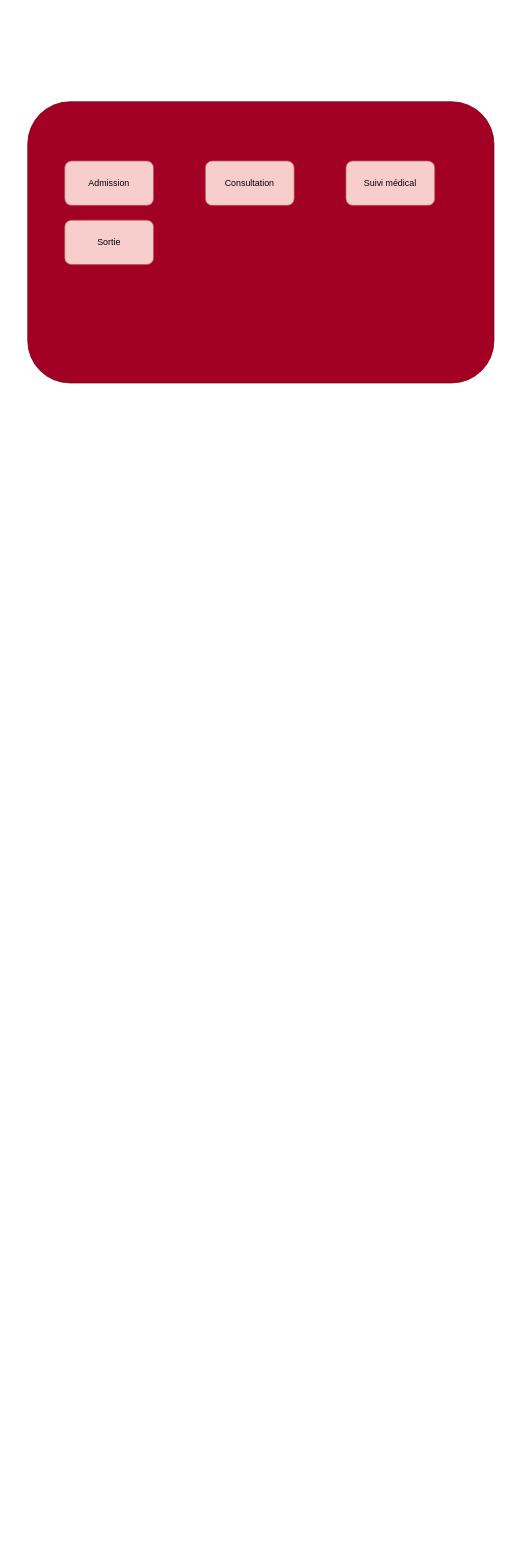
The draw.io diagram hopitl.drawio in yheguy/POEC, before the edit. Source tidied: cells renumbered, new cells numbered last; positions are measured from the earlier drawing's top-left corner, leaving out a move shared by most shapes. Both pictures are drawn from the tidied source at 74%, with x=0, y=0 at pixel (27, 101).
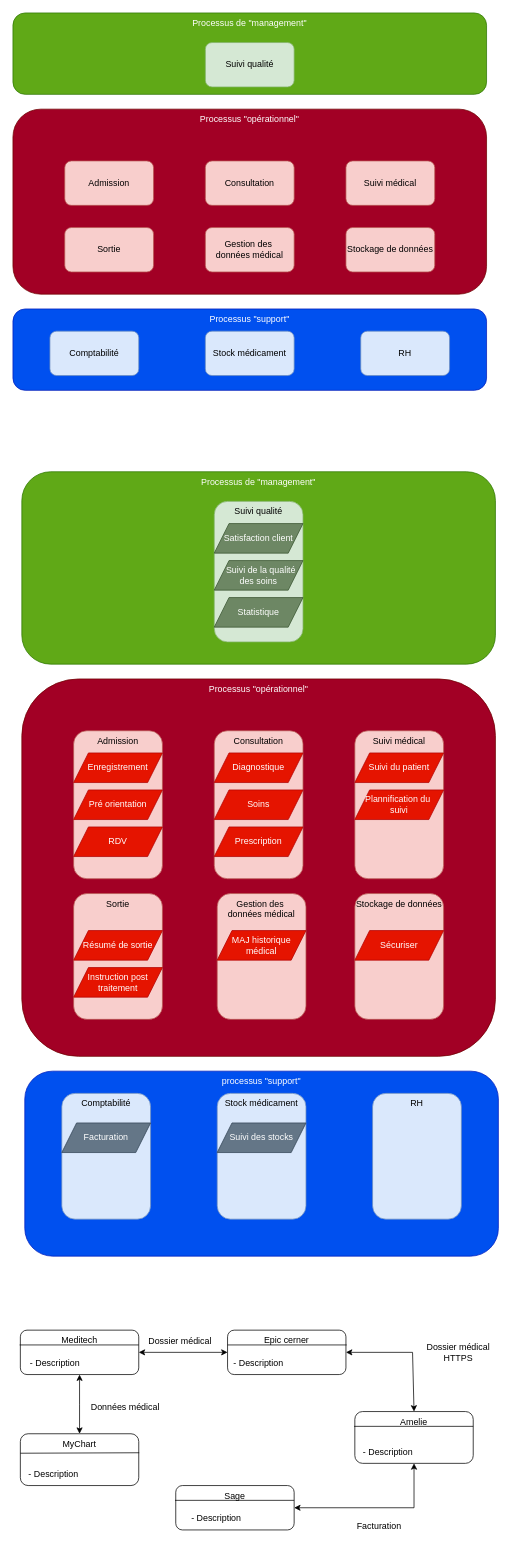
After the change.

Commit message (it also covers changes not shown here):
Mettre à jour hopitl.drawio

What changed in the source:
```diff
@@
-    <mxCell id="2" style="rounded=1;whiteSpace=wrap;html=1;fillColor=#a20025;strokeColor=#6F0000;fontColor=#ffffff;" parent="1" vertex="1">
-      <mxGeometry width="630" height="380" as="geometry" />
+    <mxCell id="2" value="Processus &quot;opérationnel&quot;" style="rounded=1;whiteSpace=wrap;html=1;fillColor=#a20025;strokeColor=#6F0000;fontColor=#ffffff;verticalAlign=top;" parent="1" vertex="1">
+      <mxGeometry x="-20" y="10" width="640" height="250" as="geometry" />
     </mxCell>
@@
     <mxCell id="6" value="Sortie" style="rounded=1;whiteSpace=wrap;html=1;fillColor=#f8cecc;strokeColor=#b85450;" parent="1" vertex="1">
-      <mxGeometry x="50" y="160" width="120" height="60" as="geometry" />
+      <mxGeometry x="50" y="170" width="120" height="60" as="geometry" />
     </mxCell>
+    <mxCell id="7" value="Gestion des&amp;nbsp;&lt;div&gt;données médical&lt;/div&gt;" style="rounded=1;whiteSpace=wrap;html=1;fillColor=#f8cecc;strokeColor=#b85450;" parent="1" vertex="1">
+      <mxGeometry x="240" y="170" width="120" height="60" as="geometry" />
+    </mxCell>
+    <mxCell id="8" value="Processus &quot;support&quot;" style="rounded=1;whiteSpace=wrap;html=1;fillColor=#0050ef;fontColor=#ffffff;strokeColor=#001DBC;verticalAlign=top;" parent="1" vertex="1">
+      <mxGeometry x="-20" y="280" width="640" height="110" as="geometry" />
+    </mxCell>
+    <mxCell id="9" value="Comptabilité" style="rounded=1;whiteSpace=wrap;html=1;fillColor=#dae8fc;strokeColor=#6c8ebf;" parent="1" vertex="1">
+      <mxGeometry x="30" y="310" width="120" height="60" as="geometry" />
+    </mxCell>
+    <mxCell id="10" value="Stock médicament" style="rounded=1;whiteSpace=wrap;html=1;fillColor=#dae8fc;strokeColor=#6c8ebf;" parent="1" vertex="1">
+      <mxGeometry x="240" y="310" width="120" height="60" as="geometry" />
+    </mxCell>
+    <mxCell id="11" value="Processus de &quot;management&quot;" style="rounded=1;whiteSpace=wrap;html=1;fillColor=#60a917;fontColor=#ffffff;strokeColor=#2D7600;verticalAlign=top;" parent="1" vertex="1">
+      <mxGeometry x="-20" y="-120" width="640" height="110" as="geometry" />
+    </mxCell>
+    <mxCell id="12" value="Suivi qualité" style="rounded=1;whiteSpace=wrap;html=1;fillColor=#d5e8d4;strokeColor=#82b366;" parent="1" vertex="1">
+      <mxGeometry x="240" y="-80" width="120" height="60" as="geometry" />
+    </mxCell>
+    <mxCell id="13" value="RH" style="rounded=1;whiteSpace=wrap;html=1;fillColor=#dae8fc;strokeColor=#6c8ebf;" parent="1" vertex="1">
+      <mxGeometry x="450" y="310" width="120" height="60" as="geometry" />
+    </mxCell>
+    <mxCell id="14" value="Processus &quot;opérationnel&quot;" style="rounded=1;whiteSpace=wrap;html=1;fillColor=#a20025;strokeColor=#6F0000;fontColor=#ffffff;verticalAlign=top;" parent="1" vertex="1">
+      <mxGeometry x="-8" y="780" width="640" height="510" as="geometry" />
+    </mxCell>
+    <mxCell id="15" value="Admission" style="rounded=1;whiteSpace=wrap;html=1;fillColor=#f8cecc;strokeColor=#b85450;verticalAlign=top;" parent="1" vertex="1">
+      <mxGeometry x="62" y="850" width="120" height="200" as="geometry" />
+    </mxCell>
+    <mxCell id="16" value="Consultation" style="rounded=1;whiteSpace=wrap;html=1;fillColor=#f8cecc;strokeColor=#b85450;verticalAlign=top;" parent="1" vertex="1">
+      <mxGeometry x="252" y="850" width="120" height="200" as="geometry" />
+    </mxCell>
+    <mxCell id="17" value="Suivi médical" style="rounded=1;whiteSpace=wrap;html=1;fillColor=#f8cecc;strokeColor=#b85450;verticalAlign=top;" parent="1" vertex="1">
+      <mxGeometry x="442" y="850" width="120" height="200" as="geometry" />
+    </mxCell>
+    <mxCell id="18" value="Sortie" style="rounded=1;whiteSpace=wrap;html=1;fillColor=#f8cecc;strokeColor=#b85450;verticalAlign=top;" parent="1" vertex="1">
+      <mxGeometry x="62" y="1070" width="120" height="170" as="geometry" />
+    </mxCell>
+    <mxCell id="19" value="Gestion des&amp;nbsp;&lt;div&gt;données médical&lt;/div&gt;" style="rounded=1;whiteSpace=wrap;html=1;fillColor=#f8cecc;strokeColor=#b85450;verticalAlign=top;" parent="1" vertex="1">
+      <mxGeometry x="256" y="1070" width="120" height="170" as="geometry" />
+    </mxCell>
+    <mxCell id="20" value="Processus de &quot;management&quot;" style="rounded=1;whiteSpace=wrap;html=1;fillColor=#60a917;fontColor=#ffffff;strokeColor=#2D7600;verticalAlign=top;" parent="1" vertex="1">
+      <mxGeometry x="-8" y="500" width="640" height="260" as="geometry" />
+    </mxCell>
+    <mxCell id="21" value="Suivi qualité" style="rounded=1;whiteSpace=wrap;html=1;fillColor=#d5e8d4;strokeColor=#82b366;verticalAlign=top;" parent="1" vertex="1">
+      <mxGeometry x="252" y="540" width="120" height="190" as="geometry" />
+    </mxCell>
+    <mxCell id="22" value="processus &quot;support&quot;" style="rounded=1;whiteSpace=wrap;html=1;fillColor=#0050ef;fontColor=#ffffff;strokeColor=#001DBC;verticalAlign=top;" parent="1" vertex="1">
+      <mxGeometry x="-4" y="1310" width="640" height="250" as="geometry" />
+    </mxCell>
+    <mxCell id="23" value="Comptabilité" style="rounded=1;whiteSpace=wrap;html=1;fillColor=#dae8fc;strokeColor=#6c8ebf;verticalAlign=top;" parent="1" vertex="1">
+      <mxGeometry x="46" y="1340" width="120" height="170" as="geometry" />
+    </mxCell>
+    <mxCell id="24" value="Stock médicament" style="rounded=1;whiteSpace=wrap;html=1;fillColor=#dae8fc;strokeColor=#6c8ebf;verticalAlign=top;" parent="1" vertex="1">
+      <mxGeometry x="256" y="1340" width="120" height="170" as="geometry" />
+    </mxCell>
+    <mxCell id="25" value="RH" style="rounded=1;whiteSpace=wrap;html=1;fillColor=#dae8fc;strokeColor=#6c8ebf;verticalAlign=top;" parent="1" vertex="1">
+      <mxGeometry x="466" y="1340" width="120" height="170" as="geometry" />
+    </mxCell>
+    <mxCell id="26" value="Enregistrement" style="shape=parallelogram;perimeter=parallelogramPerimeter;whiteSpace=wrap;html=1;fixedSize=1;fillColor=#e51400;strokeColor=#B20000;fontColor=#ffffff;" parent="1" vertex="1">
+      <mxGeometry x="62" y="880" width="120" height="40" as="geometry" />
+    </mxCell>
+    <mxCell id="27" value="Pré orientation" style="shape=parallelogram;perimeter=parallelogramPerimeter;whiteSpace=wrap;html=1;fixedSize=1;fillColor=#e51400;strokeColor=#B20000;fontColor=#ffffff;" parent="1" vertex="1">
+      <mxGeometry x="62" y="930" width="120" height="40" as="geometry" />
+    </mxCell>
+    <mxCell id="28" value="RDV" style="shape=parallelogram;perimeter=parallelogramPerimeter;whiteSpace=wrap;html=1;fixedSize=1;fillColor=#e51400;strokeColor=#B20000;fontColor=#ffffff;" parent="1" vertex="1">
+      <mxGeometry x="62" y="980" width="120" height="40" as="geometry" />
+    </mxCell>
+    <mxCell id="29" value="Diagnostique" style="shape=parallelogram;perimeter=parallelogramPerimeter;whiteSpace=wrap;html=1;fixedSize=1;fillColor=#e51400;strokeColor=#B20000;fontColor=#ffffff;" parent="1" vertex="1">
+      <mxGeometry x="252" y="880" width="120" height="40" as="geometry" />
+    </mxCell>
+    <mxCell id="30" value="Soins" style="shape=parallelogram;perimeter=parallelogramPerimeter;whiteSpace=wrap;html=1;fixedSize=1;fillColor=#e51400;strokeColor=#B20000;fontColor=#ffffff;" parent="1" vertex="1">
+      <mxGeometry x="252" y="930" width="120" height="40" as="geometry" />
+    </mxCell>
+    <mxCell id="31" value="Prescription" style="shape=parallelogram;perimeter=parallelogramPerimeter;whiteSpace=wrap;html=1;fixedSize=1;fillColor=#e51400;strokeColor=#B20000;fontColor=#ffffff;" parent="1" vertex="1">
+      <mxGeometry x="252" y="980" width="120" height="40" as="geometry" />
+    </mxCell>
+    <mxCell id="32" value="Suivi du patient" style="shape=parallelogram;perimeter=parallelogramPerimeter;whiteSpace=wrap;html=1;fixedSize=1;fillColor=#e51400;strokeColor=#B20000;fontColor=#ffffff;" parent="1" vertex="1">
+      <mxGeometry x="442" y="880" width="120" height="40" as="geometry" />
+    </mxCell>
+    <mxCell id="33" value="Plannification du&amp;nbsp;&lt;div&gt;suivi&lt;/div&gt;" style="shape=parallelogram;perimeter=parallelogramPerimeter;whiteSpace=wrap;html=1;fixedSize=1;fillColor=#e51400;strokeColor=#B20000;fontColor=#ffffff;" parent="1" vertex="1">
+      <mxGeometry x="442" y="930" width="120" height="40" as="geometry" />
+    </mxCell>
+    <mxCell id="34" value="MAJ historique&lt;div&gt;médical&lt;/div&gt;" style="shape=parallelogram;perimeter=parallelogramPerimeter;whiteSpace=wrap;html=1;fixedSize=1;fillColor=#e51400;strokeColor=#B20000;fontColor=#ffffff;" parent="1" vertex="1">
+      <mxGeometry x="256" y="1120" width="120" height="40" as="geometry" />
+    </mxCell>
+    <mxCell id="35" value="Stockage de données" style="rounded=1;whiteSpace=wrap;html=1;fillColor=#f8cecc;strokeColor=#b85450;" parent="1" vertex="1">
+      <mxGeometry x="430" y="170" width="120" height="60" as="geometry" />
+    </mxCell>
+    <mxCell id="36" value="Stockage de données" style="rounded=1;whiteSpace=wrap;html=1;fillColor=#f8cecc;strokeColor=#b85450;verticalAlign=top;" parent="1" vertex="1">
+      <mxGeometry x="442" y="1070" width="120" height="170" as="geometry" />
+    </mxCell>
+    <mxCell id="37" value="Sécuriser" style="shape=parallelogram;perimeter=parallelogramPerimeter;whiteSpace=wrap;html=1;fixedSize=1;fillColor=#e51400;strokeColor=#B20000;fontColor=#ffffff;" parent="1" vertex="1">
+      <mxGeometry x="442" y="1120" width="120" height="40" as="geometry" />
+    </mxCell>
+    <mxCell id="38" value="Résumé de sortie" style="shape=parallelogram;perimeter=parallelogramPerimeter;whiteSpace=wrap;html=1;fixedSize=1;fillColor=#e51400;strokeColor=#B20000;fontColor=#ffffff;" parent="1" vertex="1">
+      <mxGeometry x="62" y="1120" width="120" height="40" as="geometry" />
+    </mxCell>
+    <mxCell id="39" value="Instruction post traitement" style="shape=parallelogram;perimeter=parallelogramPerimeter;whiteSpace=wrap;html=1;fixedSize=1;fillColor=#e51400;strokeColor=#B20000;fontColor=#ffffff;" parent="1" vertex="1">
+      <mxGeometry x="62" y="1170" width="120" height="40" as="geometry" />
+    </mxCell>
+    <mxCell id="40" style="edgeStyle=orthogonalEdgeStyle;rounded=0;orthogonalLoop=1;jettySize=auto;html=1;exitX=0.5;exitY=1;exitDx=0;exitDy=0;" parent="1" edge="1" source="14" target="14">
+      <mxGeometry relative="1" as="geometry" />
+    </mxCell>
+    <mxCell id="41" value="Facturation" style="shape=parallelogram;perimeter=parallelogramPerimeter;whiteSpace=wrap;html=1;fixedSize=1;fillColor=#647687;strokeColor=#314354;fontColor=#ffffff;" parent="1" vertex="1">
+      <mxGeometry x="46" y="1380" width="120" height="40" as="geometry" />
+    </mxCell>
+    <mxCell id="42" value="Suivi des stocks" style="shape=parallelogram;perimeter=parallelogramPerimeter;whiteSpace=wrap;html=1;fixedSize=1;fillColor=#647687;strokeColor=#314354;fontColor=#ffffff;" parent="1" vertex="1">
+      <mxGeometry x="256" y="1380" width="120" height="40" as="geometry" />
+    </mxCell>
+    <mxCell id="43" value="Satisfaction client" style="shape=parallelogram;perimeter=parallelogramPerimeter;whiteSpace=wrap;html=1;fixedSize=1;fillColor=#6d8764;strokeColor=#3A5431;fontColor=#ffffff;" parent="1" vertex="1">
+      <mxGeometry x="252" y="570" width="120" height="40" as="geometry" />
+    </mxCell>
+    <mxCell id="44" value="&amp;nbsp; &amp;nbsp;Suivi de la qualité&amp;nbsp;&lt;div&gt;des soin&lt;span style=&quot;background-color: initial;&quot;&gt;s&lt;/span&gt;&lt;/div&gt;" style="shape=parallelogram;perimeter=parallelogramPerimeter;whiteSpace=wrap;html=1;fixedSize=1;fillColor=#6d8764;strokeColor=#3A5431;fontColor=#ffffff;" parent="1" vertex="1">
+      <mxGeometry x="252" y="620" width="120" height="40" as="geometry" />
+    </mxCell>
+    <mxCell id="45" value="Statistique" style="shape=parallelogram;perimeter=parallelogramPerimeter;whiteSpace=wrap;html=1;fixedSize=1;fillColor=#6d8764;strokeColor=#3A5431;fontColor=#ffffff;" parent="1" vertex="1">
+      <mxGeometry x="252" y="670" width="120" height="40" as="geometry" />
+    </mxCell>
+    <mxCell id="46" value="Epic cerner" style="rounded=1;whiteSpace=wrap;html=1;align=center;verticalAlign=top;" parent="1" vertex="1">
+      <mxGeometry x="270" y="1660" width="160" height="60" as="geometry" />
+    </mxCell>
+    <mxCell id="47" value="Meditech" style="rounded=1;whiteSpace=wrap;html=1;align=center;verticalAlign=top;" parent="1" vertex="1">
+      <mxGeometry x="-10" y="1660" width="160" height="60" as="geometry" />
+    </mxCell>
+    <mxCell id="48" value="MyChart" style="rounded=1;whiteSpace=wrap;html=1;align=center;verticalAlign=top;" parent="1" vertex="1">
+      <mxGeometry x="-10" y="1800" width="160" height="70" as="geometry" />
+    </mxCell>
+    <mxCell id="49" value="Sage" style="rounded=1;whiteSpace=wrap;html=1;align=center;verticalAlign=top;" parent="1" vertex="1">
+      <mxGeometry x="200" y="1870" width="160" height="60" as="geometry" />
+    </mxCell>
+    <mxCell id="50" value="Amelie" style="rounded=1;whiteSpace=wrap;html=1;align=center;verticalAlign=top;" parent="1" vertex="1">
+      <mxGeometry x="442" y="1770" width="160" height="70" as="geometry" />
+    </mxCell>
+    <mxCell id="51" style="endArrow=classic;startArrow=classic;html=1;rounded=0;entryX=0.5;entryY=0;entryDx=0;entryDy=0;exitX=1;exitY=0.5;exitDx=0;exitDy=0;" parent="1" edge="1" source="46" target="50">
+      <mxGeometry relative="1" as="geometry">
+        <Array as="points">
+          <mxPoint x="520" y="1690" />
+        </Array>
+      </mxGeometry>
+    </mxCell>
+    <mxCell id="52" style="endArrow=classic;startArrow=classic;html=1;rounded=0;entryX=0.5;entryY=1;entryDx=0;entryDy=0;exitX=1;exitY=0.25;exitDx=0;exitDy=0;" parent="1" edge="1" target="50">
+      <mxGeometry relative="1" as="geometry">
+        <mxPoint x="360" y="1900" as="sourcePoint" />
+        <Array as="points">
+          <mxPoint x="522" y="1900" />
+        </Array>
+      </mxGeometry>
+    </mxCell>
+    <mxCell id="53" style="endArrow=classic;startArrow=classic;html=1;rounded=0;entryX=0.5;entryY=1;entryDx=0;entryDy=0;exitX=0.5;exitY=0;exitDx=0;exitDy=0;" parent="1" edge="1" source="48" target="47">
+      <mxGeometry relative="1" as="geometry">
+        <Array as="points">
+          <mxPoint x="70" y="1760" />
+        </Array>
+      </mxGeometry>
+    </mxCell>
+    <mxCell id="54" value="Dossier médical&lt;br&gt;HTTPS" style="text;html=1;align=center;verticalAlign=middle;whiteSpace=wrap;rounded=0;" parent="1" vertex="1">
+      <mxGeometry x="532" y="1675" width="100" height="30" as="geometry" />
+    </mxCell>
+    <mxCell id="55" value="Facturation" style="text;html=1;align=center;verticalAlign=middle;whiteSpace=wrap;rounded=0;" parent="1" vertex="1">
+      <mxGeometry x="430" y="1910" width="90" height="30" as="geometry" />
+    </mxCell>
+    <mxCell id="56" value="Dossier médical" style="text;html=1;align=center;verticalAlign=middle;whiteSpace=wrap;rounded=0;" parent="1" vertex="1">
+      <mxGeometry x="156" y="1660" width="100" height="30" as="geometry" />
+    </mxCell>
+    <mxCell id="57" style="endArrow=classic;startArrow=classic;html=1;rounded=0;entryX=1;entryY=0.5;entryDx=0;entryDy=0;exitX=0;exitY=0.5;exitDx=0;exitDy=0;" parent="1" edge="1" source="46" target="47">
+      <mxGeometry relative="1" as="geometry" />
+    </mxCell>
+    <mxCell id="58" value="Données médical" style="text;html=1;align=center;verticalAlign=middle;whiteSpace=wrap;rounded=0;" parent="1" vertex="1">
+      <mxGeometry x="82" y="1750" width="100" height="30" as="geometry" />
+    </mxCell>
+    <mxCell id="59" value="- Description" style="text;html=1;align=center;verticalAlign=middle;whiteSpace=wrap;rounded=0;" parent="1" vertex="1">
+      <mxGeometry x="-8" y="1690" width="90" height="30" as="geometry" />
+    </mxCell>
+    <mxCell id="60" value="- Description" style="text;html=1;align=center;verticalAlign=middle;whiteSpace=wrap;rounded=0;" parent="1" vertex="1">
+      <mxGeometry x="-10" y="1840" width="90" height="30" as="geometry" />
+    </mxCell>
+    <mxCell id="61" value="- Description" style="text;html=1;align=center;verticalAlign=middle;whiteSpace=wrap;rounded=0;" parent="1" vertex="1">
+      <mxGeometry x="210" y="1900" width="90" height="30" as="geometry" />
+    </mxCell>
+    <mxCell id="62" value="- Description" style="text;html=1;align=center;verticalAlign=middle;whiteSpace=wrap;rounded=0;" parent="1" vertex="1">
+      <mxGeometry x="267" y="1690" width="90" height="30" as="geometry" />
+    </mxCell>
+    <mxCell id="63" value="- Description" style="text;html=1;align=center;verticalAlign=middle;whiteSpace=wrap;rounded=0;" parent="1" vertex="1">
+      <mxGeometry x="442" y="1810" width="90" height="30" as="geometry" />
+    </mxCell>
+    <mxCell id="64" style="endArrow=none;html=1;rounded=0;entryX=0;entryY=0.376;entryDx=0;entryDy=0;entryPerimeter=0;exitX=1.004;exitY=0.367;exitDx=0;exitDy=0;exitPerimeter=0;" parent="1" edge="1" source="48" target="48">
+      <mxGeometry relative="1" as="geometry" />
+    </mxCell>
+    <mxCell id="65" style="endArrow=none;html=1;rounded=0;entryX=0;entryY=0.376;entryDx=0;entryDy=0;entryPerimeter=0;exitX=1.004;exitY=0.367;exitDx=0;exitDy=0;exitPerimeter=0;" parent="1" edge="1">
+      <mxGeometry relative="1" as="geometry">
+        <mxPoint x="150" y="1680" as="sourcePoint" />
+        <mxPoint x="-11" y="1680" as="targetPoint" />
+      </mxGeometry>
+    </mxCell>
+    <mxCell id="66" style="endArrow=none;html=1;rounded=0;entryX=0;entryY=0.376;entryDx=0;entryDy=0;entryPerimeter=0;exitX=1.004;exitY=0.367;exitDx=0;exitDy=0;exitPerimeter=0;" parent="1" edge="1">
+      <mxGeometry relative="1" as="geometry">
+        <mxPoint x="431" y="1680" as="sourcePoint" />
+        <mxPoint x="270" y="1680" as="targetPoint" />
+      </mxGeometry>
+    </mxCell>
+    <mxCell id="67" style="endArrow=none;html=1;rounded=0;entryX=0;entryY=0.376;entryDx=0;entryDy=0;entryPerimeter=0;exitX=1.004;exitY=0.367;exitDx=0;exitDy=0;exitPerimeter=0;" parent="1" edge="1">
+      <mxGeometry relative="1" as="geometry">
+        <mxPoint x="360" y="1890" as="sourcePoint" />
+        <mxPoint x="199" y="1890" as="targetPoint" />
+      </mxGeometry>
+    </mxCell>
+    <mxCell id="68" style="endArrow=none;html=1;rounded=0;entryX=0;entryY=0.376;entryDx=0;entryDy=0;entryPerimeter=0;exitX=1.004;exitY=0.367;exitDx=0;exitDy=0;exitPerimeter=0;" parent="1" edge="1">
+      <mxGeometry relative="1" as="geometry">
+        <mxPoint x="602" y="1790" as="sourcePoint" />
+        <mxPoint x="441" y="1790" as="targetPoint" />
+      </mxGeometry>
+    </mxCell>
```
